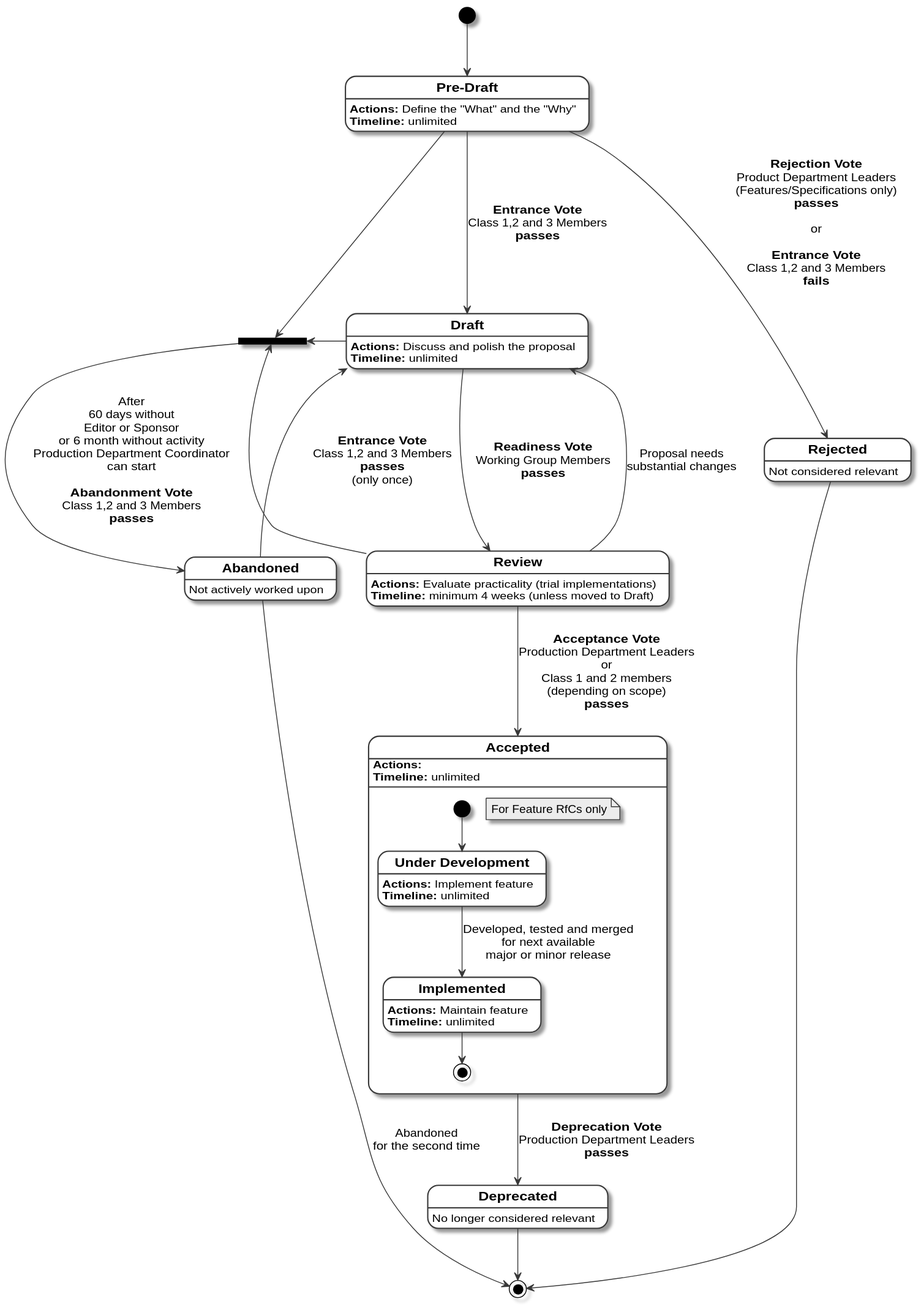
joomla/rfc keeps this PlantUML diagram as accepted/RFC-0-assets/rfc_workflow.svg. Above is the earlier version.
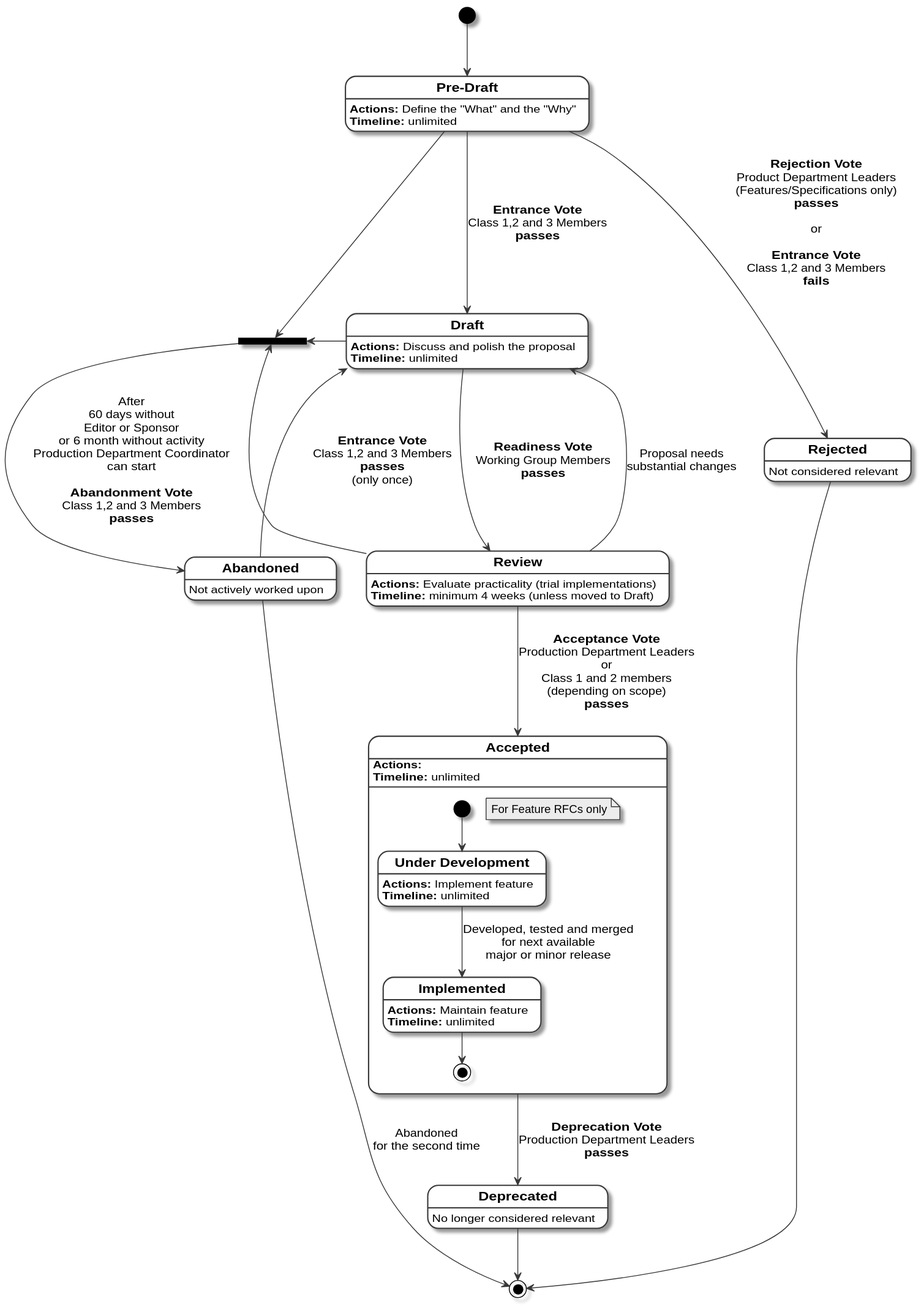
After the change.

The edit, as a diff of the source:
```diff
@@ -26,7 +26,7 @@
     Implemented: **Actions:** Maintain feature
     Implemented: **Timeline:** unlimited
 
-    note "For Feature RfCs only" as N1
+    note "For Feature RFCs only" as N1
     [*] --> Development
     Development --> Implemented: Developed, tested and merged\nfor next available\nmajor or minor release
     Implemented --> [*]
```
